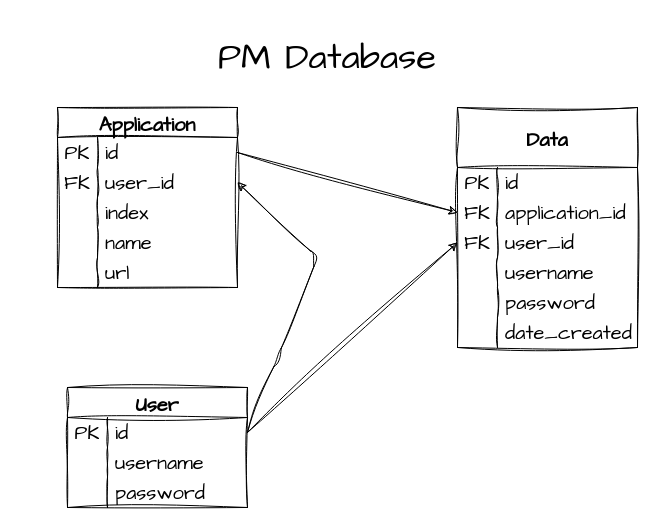
The draw.io diagram application/data/dataroute.drawio in Mainm0e/PasswordManager, before the edit. Source tidied: cells renumbered, new cells numbered last; positions are measured from the earlier drawing's top-left corner, leaving out a move shared by most shapes. Both pictures are drawn from the tidied source at 100%, with x=0, y=0 at pixel (57, 17).
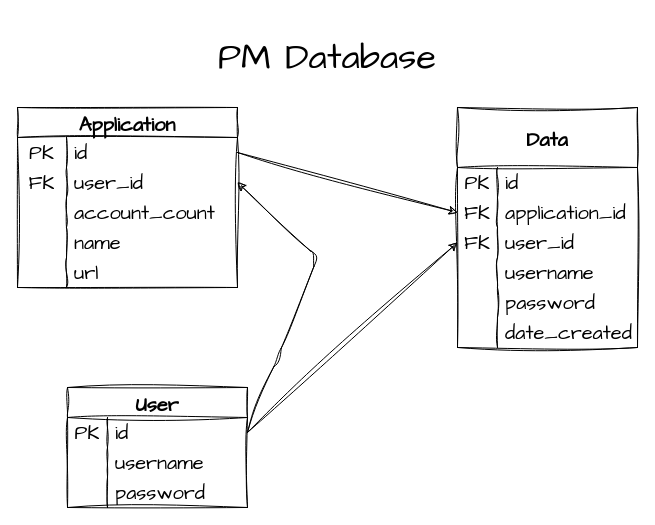
The same page after the edit.

What changed in the source:
```diff
@@
     <mxCell id="14" value="Application" style="shape=table;startSize=30;childLayout=tableLayout;rowLines=0;fontStyle=1;sketch=1;hachureGap=4;jiggle=2;curveFitting=1;fontFamily=Architects Daughter;fontSize=20;fillColor=none;" parent="1" vertex="1">
-      <mxGeometry y="90" width="180" height="180" as="geometry" />
+      <mxGeometry x="-40" y="90" width="220" height="180" as="geometry" />
     </mxCell>
     <mxCell id="15" style="shape=tableRow;horizontal=0;startSize=0;swimlaneHead=0;swimlaneBody=0;top=0;left=0;bottom=0;right=0;fillColor=none;points=[[0,0.5],[1,0.5]];portConstraint=eastwest;sketch=1;hachureGap=4;jiggle=2;curveFitting=1;fontFamily=Architects Daughter;fontSize=20;" parent="14" vertex="1">
-      <mxGeometry y="30" width="180" height="30" as="geometry" />
+      <mxGeometry y="30" width="220" height="30" as="geometry" />
     </mxCell>
     <mxCell id="16" value="PK" style="shape=partialRectangle;html=1;whiteSpace=wrap;fillColor=none;top=0;left=0;bottom=0;right=0;overflow=hidden;sketch=1;hachureGap=4;jiggle=2;curveFitting=1;fontFamily=Architects Daughter;fontSize=20;" parent="15" vertex="1">
-      <mxGeometry width="40" height="30" as="geometry" />
+      <mxGeometry width="49" height="30" as="geometry" />
     </mxCell>
     <mxCell id="17" value="id" style="shape=partialRectangle;html=1;whiteSpace=wrap;fillColor=none;top=0;left=0;bottom=0;right=0;align=left;spacingLeft=6;overflow=hidden;sketch=1;hachureGap=4;jiggle=2;curveFitting=1;fontFamily=Architects Daughter;fontSize=20;" parent="15" vertex="1">
-      <mxGeometry x="40" width="140" height="30" as="geometry" />
+      <mxGeometry x="49" width="171" height="30" as="geometry" />
     </mxCell>
     <mxCell id="18" style="shape=tableRow;horizontal=0;startSize=0;swimlaneHead=0;swimlaneBody=0;top=0;left=0;bottom=0;right=0;fillColor=none;points=[[0,0.5],[1,0.5]];portConstraint=eastwest;sketch=1;hachureGap=4;jiggle=2;curveFitting=1;fontFamily=Architects Daughter;fontSize=20;" parent="14" vertex="1">
-      <mxGeometry y="60" width="180" height="30" as="geometry" />
+      <mxGeometry y="60" width="220" height="30" as="geometry" />
     </mxCell>
     <mxCell id="19" value="FK" style="shape=partialRectangle;html=1;whiteSpace=wrap;fillColor=none;top=0;left=0;bottom=0;right=0;overflow=hidden;sketch=1;hachureGap=4;jiggle=2;curveFitting=1;fontFamily=Architects Daughter;fontSize=20;" parent="18" vertex="1">
-      <mxGeometry width="40" height="30" as="geometry" />
+      <mxGeometry width="49" height="30" as="geometry" />
     </mxCell>
     <mxCell id="20" value="user_id" style="shape=partialRectangle;html=1;whiteSpace=wrap;fillColor=none;top=0;left=0;bottom=0;right=0;align=left;spacingLeft=6;overflow=hidden;sketch=1;hachureGap=4;jiggle=2;curveFitting=1;fontFamily=Architects Daughter;fontSize=20;" parent="18" vertex="1">
-      <mxGeometry x="40" width="140" height="30" as="geometry" />
+      <mxGeometry x="49" width="171" height="30" as="geometry" />
     </mxCell>
     <mxCell id="21" style="shape=tableRow;horizontal=0;startSize=0;swimlaneHead=0;swimlaneBody=0;top=0;left=0;bottom=0;right=0;fillColor=none;sketch=1;hachureGap=4;jiggle=2;curveFitting=1;fontFamily=Architects Daughter;fontSize=20;" parent="14" vertex="1">
-      <mxGeometry y="90" width="180" height="30" as="geometry" />
+      <mxGeometry y="90" width="220" height="30" as="geometry" />
     </mxCell>
     <mxCell id="22" style="shape=partialRectangle;html=1;whiteSpace=wrap;fillColor=none;top=0;left=0;bottom=0;right=0;overflow=hidden;sketch=1;hachureGap=4;jiggle=2;curveFitting=1;fontFamily=Architects Daughter;fontSize=20;" parent="21" vertex="1">
-      <mxGeometry width="40" height="30" as="geometry" />
+      <mxGeometry width="49" height="30" as="geometry" />
     </mxCell>
-    <mxCell id="23" value="index" style="shape=partialRectangle;html=1;whiteSpace=wrap;fillColor=none;top=0;left=0;bottom=0;right=0;align=left;spacingLeft=6;overflow=hidden;sketch=1;hachureGap=4;jiggle=2;curveFitting=1;fontFamily=Architects Daughter;fontSize=20;" parent="21" vertex="1">
-      <mxGeometry x="40" width="140" height="30" as="geometry" />
+    <mxCell id="23" value="account_count" style="shape=partialRectangle;html=1;whiteSpace=wrap;fillColor=none;top=0;left=0;bottom=0;right=0;align=left;spacingLeft=6;overflow=hidden;sketch=1;hachureGap=4;jiggle=2;curveFitting=1;fontFamily=Architects Daughter;fontSize=20;" parent="21" vertex="1">
+      <mxGeometry x="49" width="171" height="30" as="geometry" />
     </mxCell>
     <mxCell id="24" style="shape=tableRow;horizontal=0;startSize=0;swimlaneHead=0;swimlaneBody=0;top=0;left=0;bottom=0;right=0;fillColor=none;sketch=1;hachureGap=4;jiggle=2;curveFitting=1;fontFamily=Architects Daughter;fontSize=20;" parent="14" vertex="1">
-      <mxGeometry y="120" width="180" height="30" as="geometry" />
+      <mxGeometry y="120" width="220" height="30" as="geometry" />
     </mxCell>
     <mxCell id="25" style="shape=partialRectangle;html=1;whiteSpace=wrap;fillColor=none;top=0;left=0;bottom=0;right=0;overflow=hidden;sketch=1;hachureGap=4;jiggle=2;curveFitting=1;fontFamily=Architects Daughter;fontSize=20;" parent="24" vertex="1">
-      <mxGeometry width="40" height="30" as="geometry" />
+      <mxGeometry width="49" height="30" as="geometry" />
     </mxCell>
     <mxCell id="26" value="name" style="shape=partialRectangle;html=1;whiteSpace=wrap;fillColor=none;top=0;left=0;bottom=0;right=0;align=left;spacingLeft=6;overflow=hidden;sketch=1;hachureGap=4;jiggle=2;curveFitting=1;fontFamily=Architects Daughter;fontSize=20;" parent="24" vertex="1">
-      <mxGeometry x="40" width="140" height="30" as="geometry" />
+      <mxGeometry x="49" width="171" height="30" as="geometry" />
     </mxCell>
     <mxCell id="27" style="shape=tableRow;horizontal=0;startSize=0;swimlaneHead=0;swimlaneBody=0;top=0;left=0;bottom=0;right=0;fillColor=none;sketch=1;hachureGap=4;jiggle=2;curveFitting=1;fontFamily=Architects Daughter;fontSize=20;" parent="14" vertex="1">
-      <mxGeometry y="150" width="180" height="30" as="geometry" />
+      <mxGeometry y="150" width="220" height="30" as="geometry" />
     </mxCell>
     <mxCell id="28" style="shape=partialRectangle;html=1;whiteSpace=wrap;fillColor=none;top=0;left=0;bottom=0;right=0;overflow=hidden;sketch=1;hachureGap=4;jiggle=2;curveFitting=1;fontFamily=Architects Daughter;fontSize=20;" parent="27" vertex="1">
-      <mxGeometry width="40" height="30" as="geometry" />
+      <mxGeometry width="49" height="30" as="geometry" />
     </mxCell>
     <mxCell id="29" value="url" style="shape=partialRectangle;html=1;whiteSpace=wrap;fillColor=none;top=0;left=0;bottom=0;right=0;align=left;spacingLeft=6;overflow=hidden;sketch=1;hachureGap=4;jiggle=2;curveFitting=1;fontFamily=Architects Daughter;fontSize=20;" parent="27" vertex="1">
-      <mxGeometry x="40" width="140" height="30" as="geometry" />
+      <mxGeometry x="49" width="171" height="30" as="geometry" />
     </mxCell>
```
